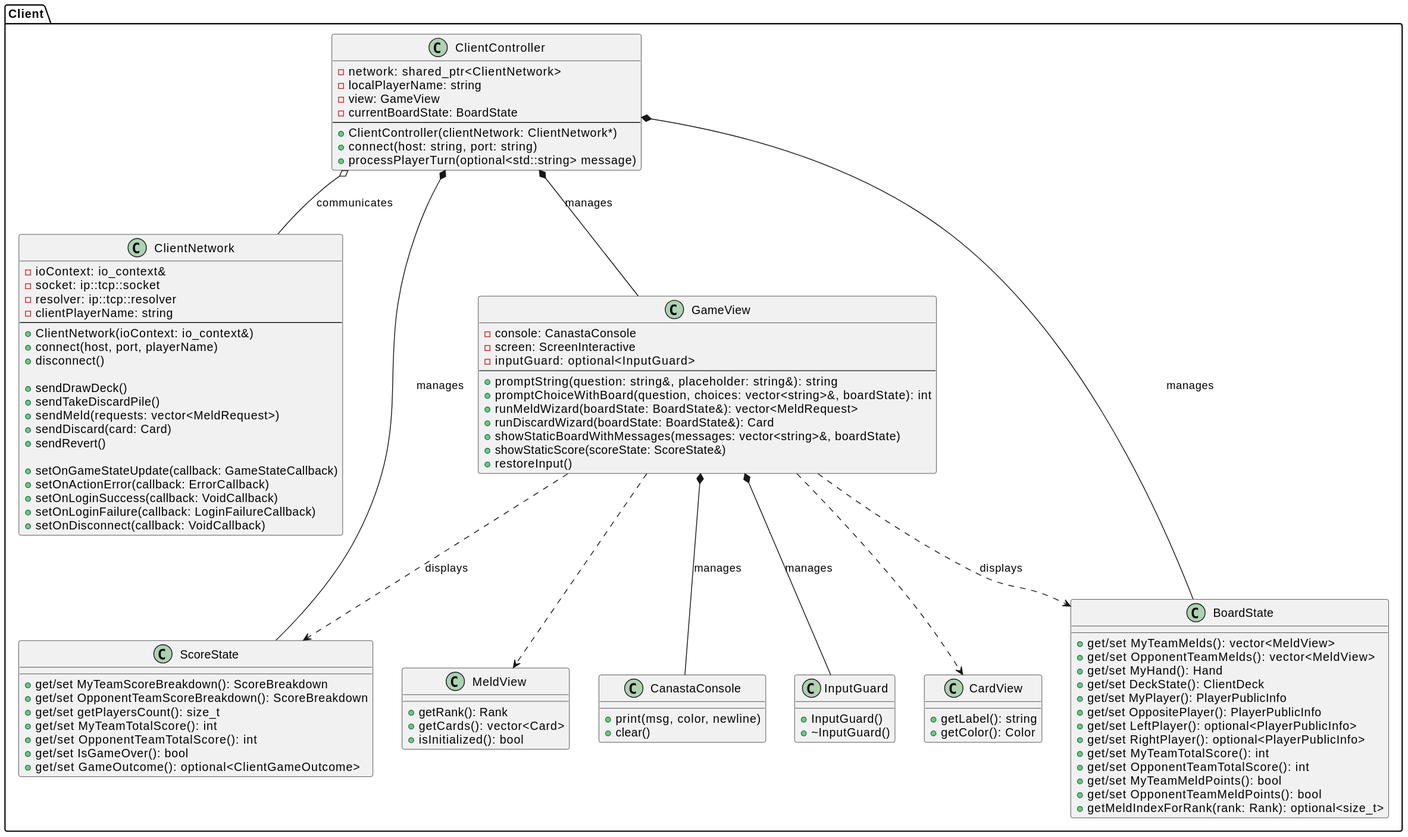
Above: docs/diagrams/ClientDiagram.svg in Bombonchik/Canasta (PlantUML), before the change. Its diagram source:
```plantuml
@startuml
package "Client" {

    class CanastaConsole {
        + print(msg, color, newline)
        + clear()
    }

    class InputGuard {
        + InputGuard()
        + ~InputGuard()
    }

    class ClientNetwork {
        - ioContext: io_context&
        - socket: ip::tcp::socket
        - resolver: ip::tcp::resolver
        - clientPlayerName: string
        --
        + ClientNetwork(ioContext: io_context&)
        + connect(host, port, playerName)
        + disconnect()

        + sendDrawDeck()
        + sendTakeDiscardPile()
        + sendMeld(requests: vector<MeldRequest>)
        + sendDiscard(card: Card)
        + sendRevert()

        + setOnGameStateUpdate(callback: GameStateCallback)
        + setOnActionError(callback: ErrorCallback)
        + setOnLoginSuccess(callback: VoidCallback)
        + setOnLoginFailure(callback: LoginFailureCallback)
        + setOnDisconnect(callback: VoidCallback)
    }
    class ClientController {
        - network: shared_ptr<ClientNetwork>
        - localPlayerName: string
        - view: GameView
        - currentBoardState: BoardState
        --
        + ClientController(clientNetwork: ClientNetwork*)
        + connect(host: string, port: string)
        + processPlayerTurn(optional<std::string> message)
    }

    class CardView{
        + getLabel(): string
        + getColor(): Color
    }

    class MeldView{
        + getRank(): Rank
        + getCards(): vector<Card>
        + isInitialized(): bool
    }

    class BoardState {
        + get/set MyTeamMelds(): vector<MeldView>
        + get/set OpponentTeamMelds(): vector<MeldView>
        + get/set MyHand(): Hand
        + get/set DeckState(): ClientDeck
        + get/set MyPlayer(): PlayerPublicInfo
        + get/set OppositePlayer(): PlayerPublicInfo
        + get/set LeftPlayer(): optional<PlayerPublicInfo>
        + get/set RightPlayer(): optional<PlayerPublicInfo>
        + get/set MyTeamTotalScore(): int
        + get/set OpponentTeamTotalScore(): int
        + get/set MyTeamMeldPoints(): bool
        + get/set OpponentTeamMeldPoints(): bool
        + getMeldIndexForRank(rank: Rank): optional<size_t>
    }

    class ScoreState {
        + get/set MyTeamScoreBreakdown(): ScoreBreakdown
        + get/set OpponentTeamScoreBreakdown(): ScoreBreakdown
        + get/set getPlayersCount(): size_t
        + get/set MyTeamTotalScore(): int
        + get/set OpponentTeamTotalScore(): int
        + get/set IsGameOver(): bool
        + get/set GameOutcome(): optional<ClientGameOutcome>
    }

    ClientController o-- ClientNetwork : communicates
    ClientController *-- BoardState : manages
    ClientController *-- ScoreState : manages

    class GameView {
        - console: CanastaConsole
        - screen: ScreenInteractive
        - inputGuard: optional<InputGuard>
        --
        + promptString(question: string&, placeholder: string&): string
        + promptChoiceWithBoard(question, choices: vector<string>&, boardState): int
        + runMeldWizard(boardState: BoardState&): vector<MeldRequest>
        + runDiscardWizard(boardState: BoardState&): Card
        + showStaticBoardWithMessages(messages: vector<string>&, boardState)
        + showStaticScore(scoreState: ScoreState&)
        + restoreInput()
    }

    ClientController *-- GameView : manages
    GameView ..> BoardState : displays
    GameView ..> ScoreState : displays
    GameView *-- CanastaConsole : manages
    GameView *-- InputGuard : manages
    GameView ..> CardView
    GameView ..> MeldView
}
@enduml
```
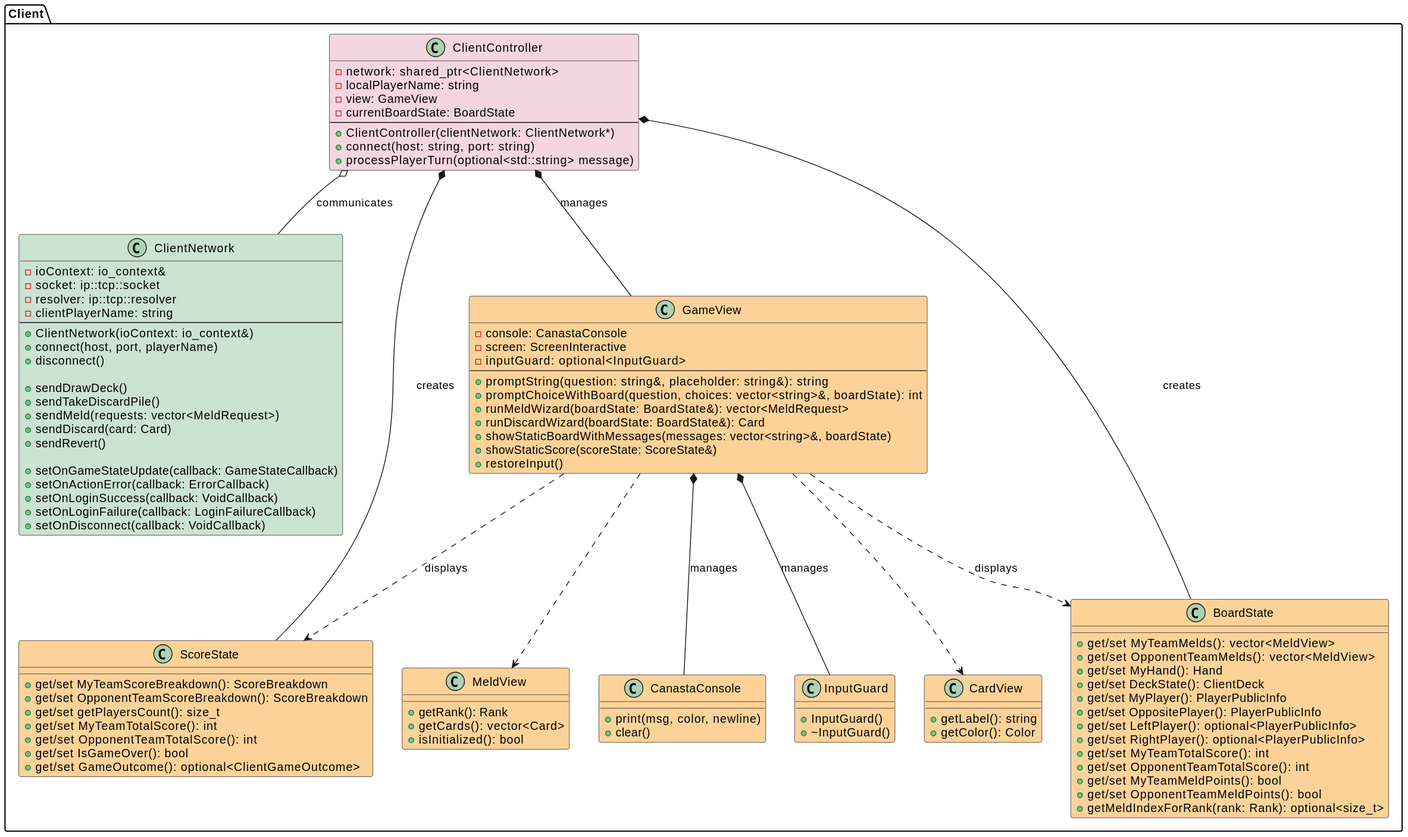
After the commit.

Change to the diagram source:
```diff
@@ -1,17 +1,17 @@
 @startuml
 package "Client" {
 
-    class CanastaConsole {
+    class CanastaConsole #FCD299 {
         + print(msg, color, newline)
         + clear()
     }
 
-    class InputGuard {
+    class InputGuard #FCD299 {
         + InputGuard()
         + ~InputGuard()
     }
 
-    class ClientNetwork {
+    class ClientNetwork #CBE3D1 {
         - ioContext: io_context&
         - socket: ip::tcp::socket
         - resolver: ip::tcp::resolver
@@ -33,7 +33,7 @@
         + setOnLoginFailure(callback: LoginFailureCallback)
         + setOnDisconnect(callback: VoidCallback)
     }
-    class ClientController {
+    class ClientController #F4D6E1 {
         - network: shared_ptr<ClientNetwork>
         - localPlayerName: string
         - view: GameView
@@ -44,18 +44,18 @@
         + processPlayerTurn(optional<std::string> message)
     }
 
-    class CardView{
+    class CardView #FCD299{
         + getLabel(): string
         + getColor(): Color
     }
 
-    class MeldView{
+    class MeldView #FCD299 {
         + getRank(): Rank
         + getCards(): vector<Card>
         + isInitialized(): bool
     }
 
-    class BoardState {
+    class BoardState #FCD299 {
         + get/set MyTeamMelds(): vector<MeldView>
         + get/set OpponentTeamMelds(): vector<MeldView>
         + get/set MyHand(): Hand
@@ -71,7 +71,7 @@
         + getMeldIndexForRank(rank: Rank): optional<size_t>
     }
 
-    class ScoreState {
+    class ScoreState #FCD299 {
         + get/set MyTeamScoreBreakdown(): ScoreBreakdown
         + get/set OpponentTeamScoreBreakdown(): ScoreBreakdown
         + get/set getPlayersCount(): size_t
@@ -82,10 +82,10 @@
     }
 
     ClientController o-- ClientNetwork : communicates
-    ClientController *-- BoardState : manages
-    ClientController *-- ScoreState : manages
+    ClientController *-- BoardState : creates
+    ClientController *-- ScoreState : creates
 
-    class GameView {
+    class GameView #FCD299 {
         - console: CanastaConsole
         - screen: ScreenInteractive
         - inputGuard: optional<InputGuard>
```
